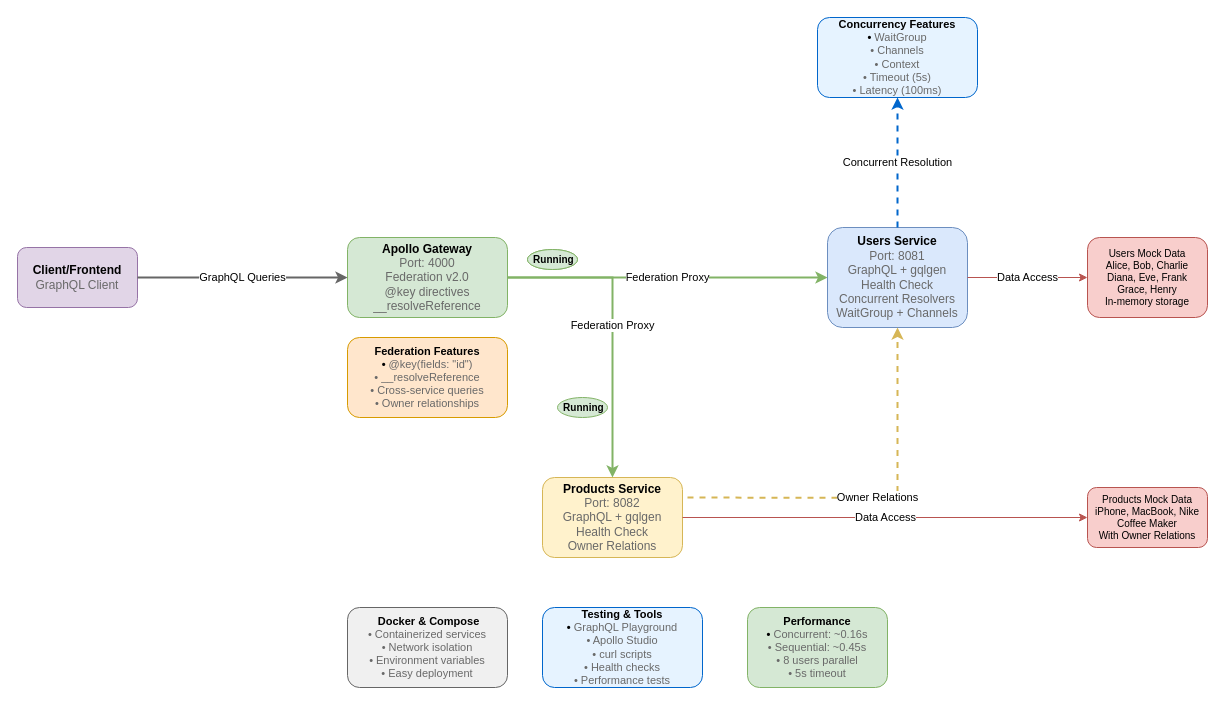
Earlier version of the draw.io diagram gofed/docs/arquitecture.drawio (lorenaziviani/go_fed). Source tidied: cells renumbered, new cells numbered last; positions are measured from the earlier drawing's top-left corner, leaving out a move shared by most shapes. Both pictures are drawn from the tidied source at 100%, with x=0, y=0 at pixel (17, 17).
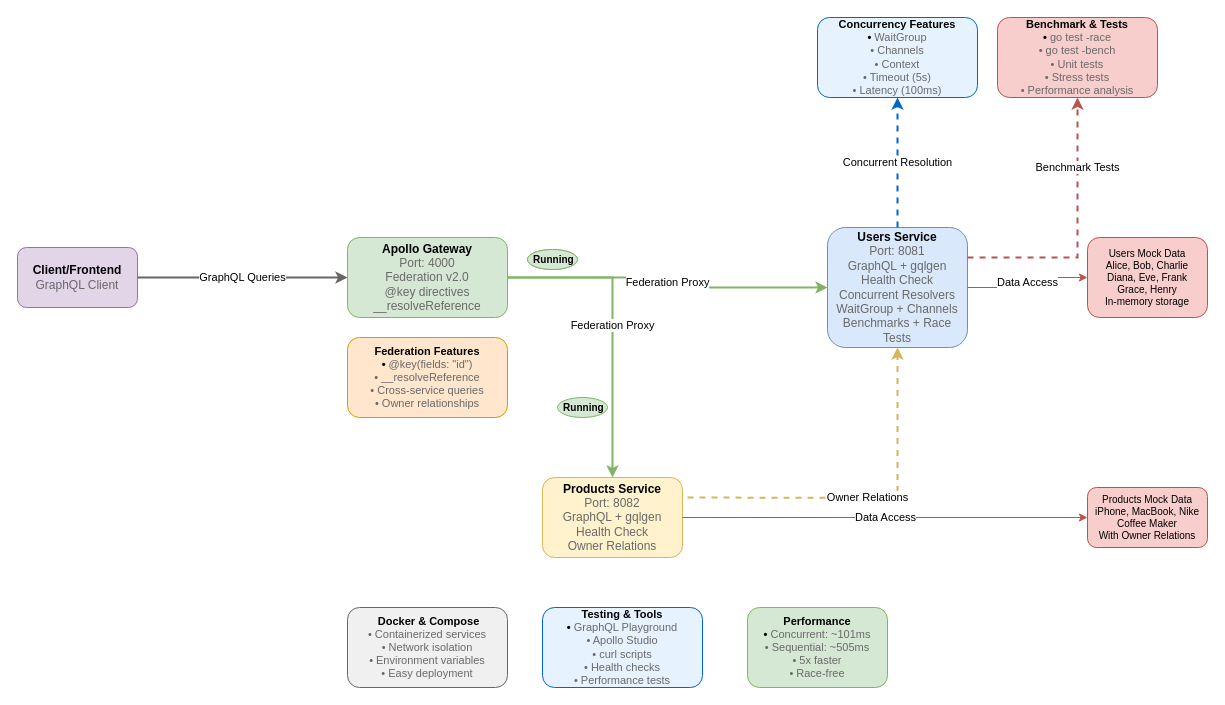
Above is the later version.

Commit message (it also covers changes not shown here):
test(users): add benchmark and race-detection tests

What changed in the source:
```diff
@@
-    <mxCell id="4" value="Users Service&lt;br&gt;&lt;span style=&quot;font-weight: normal;&quot;&gt;&lt;font style=&quot;color: rgb(105, 105, 105);&quot;&gt;Port: 8081&lt;br&gt;GraphQL + gqlgen&lt;br&gt;Health Check&lt;br&gt;Concurrent Resolvers&lt;br&gt;WaitGroup + Channels&lt;/font&gt;&lt;/span&gt;" style="rounded=1;whiteSpace=wrap;html=1;fillColor=#dae8fc;strokeColor=#6c8ebf;fontSize=12;fontStyle=1;" parent="1" vertex="1">
-      <mxGeometry x="810" y="210" width="140" height="100" as="geometry" />
+    <mxCell id="4" value="Users Service&lt;br&gt;&lt;span style=&quot;font-weight: normal;&quot;&gt;&lt;font style=&quot;color: rgb(105, 105, 105);&quot;&gt;Port: 8081&lt;br&gt;GraphQL + gqlgen&lt;br&gt;Health Check&lt;br&gt;Concurrent Resolvers&lt;br&gt;WaitGroup + Channels&lt;br&gt;Benchmarks + Race Tests&lt;/font&gt;&lt;/span&gt;" style="rounded=1;whiteSpace=wrap;html=1;fillColor=#dae8fc;strokeColor=#6c8ebf;fontSize=12;fontStyle=1;" parent="1" vertex="1">
+      <mxGeometry x="810" y="210" width="140" height="120" as="geometry" />
     </mxCell>
@@
-    <mxCell id="22" value="Performance&lt;br&gt;• &lt;span style=&quot;font-weight: normal;&quot;&gt;&lt;font style=&quot;color: rgb(105, 105, 105);&quot;&gt;Concurrent: ~0.16s&lt;br&gt;• Sequential: ~0.45s&lt;br&gt;• 8 users parallel&lt;br&gt;• 5s timeout&lt;/font&gt;&lt;/span&gt;" style="rounded=1;whiteSpace=wrap;html=1;fillColor=#d5e8d4;strokeColor=#82b366;fontSize=11;fontStyle=1;" parent="1" vertex="1">
+    <mxCell id="22" value="Performance&lt;br&gt;• &lt;span style=&quot;font-weight: normal;&quot;&gt;&lt;font style=&quot;color: rgb(105, 105, 105);&quot;&gt;Concurrent: ~101ms&lt;br&gt;• Sequential: ~505ms&lt;br&gt;• 5x faster&lt;br&gt;• Race-free&lt;/font&gt;&lt;/span&gt;" style="rounded=1;whiteSpace=wrap;html=1;fillColor=#d5e8d4;strokeColor=#82b366;fontSize=11;fontStyle=1;" parent="1" vertex="1">
       <mxGeometry x="730" y="590" width="140" height="80" as="geometry" />
     </mxCell>
+    <mxCell id="23" value="Benchmark &amp;amp; Tests&lt;br&gt;• &lt;span style=&quot;font-weight: normal;&quot;&gt;&lt;font style=&quot;color: rgb(105, 105, 105);&quot;&gt;go test -race&lt;br&gt;• go test -bench&lt;br&gt;• Unit tests&lt;br&gt;• Stress tests&lt;br&gt;• Performance analysis&lt;/font&gt;&lt;/span&gt;" style="rounded=1;whiteSpace=wrap;html=1;fillColor=#f8cecc;strokeColor=#b85450;fontSize=11;fontStyle=1;" parent="1" vertex="1">
+      <mxGeometry x="980" width="160" height="80" as="geometry" />
+    </mxCell>
+    <mxCell id="24" value="Benchmark Tests" style="edgeStyle=orthogonalEdgeStyle;rounded=0;jettySize=auto;html=1;strokeColor=#b85450;strokeWidth=2;dashed=1;exitX=1;exitY=0.25;exitDx=0;exitDy=0;" parent="1" edge="1" source="4" target="23">
+      <mxGeometry x="0.48" relative="1" as="geometry" />
+    </mxCell>
```
